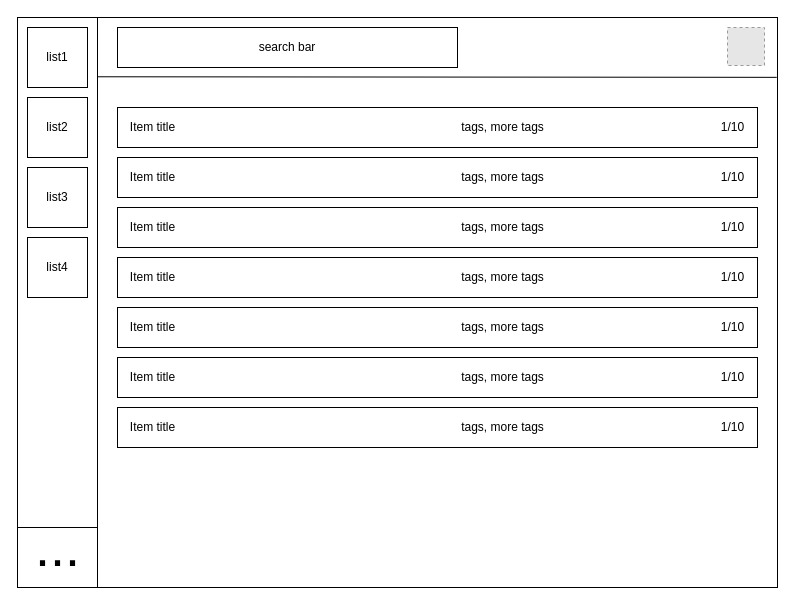
Above: project-styling.drawio in HoldenErnest/List (draw.io), before the change. Source tidied: cells renumbered, new cells numbered last; positions are measured from the earlier drawing's top-left corner, leaving out a move shared by most shapes. Both pictures are drawn from the tidied source at 100%, with x=0, y=0 at pixel (17, 17). Pictures stored in the file or linked from it are replaced by grey dashed boxes.
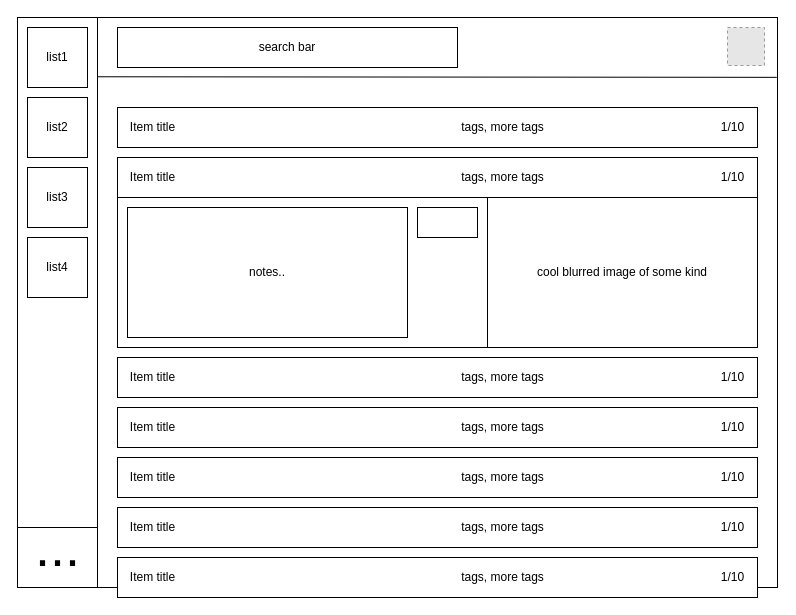
The same diagram, later.

Diff of the diagram source:
```diff
@@
     <mxCell id="20" style="group;" parent="1" vertex="1">
-      <mxGeometry x="100" y="190" width="640" height="40" as="geometry" />
+      <mxGeometry x="100" y="340" width="640" height="40" as="geometry" />
     </mxCell>
@@
     <mxCell id="25" style="group;" parent="1" vertex="1">
-      <mxGeometry x="100" y="240" width="640" height="40" as="geometry" />
+      <mxGeometry x="100" y="390" width="640" height="40" as="geometry" />
     </mxCell>
@@
     <mxCell id="30" style="group;" parent="1" vertex="1">
-      <mxGeometry x="100" y="290" width="640" height="40" as="geometry" />
+      <mxGeometry x="100" y="440" width="640" height="40" as="geometry" />
     </mxCell>
@@
     <mxCell id="35" style="group;" parent="1" vertex="1">
-      <mxGeometry x="100" y="340" width="640" height="40" as="geometry" />
+      <mxGeometry x="100" y="490" width="640" height="40" as="geometry" />
     </mxCell>
@@
     <mxCell id="40" style="group;" parent="1" vertex="1">
-      <mxGeometry x="100" y="390" width="640" height="40" as="geometry" />
+      <mxGeometry x="100" y="540" width="640" height="40" as="geometry" />
     </mxCell>
@@
+    <mxCell id="48" style="whiteSpace=wrap;html=1;" parent="1" vertex="1">
+      <mxGeometry x="100" y="180" width="640" height="150" as="geometry" />
+    </mxCell>
+    <mxCell id="49" value="notes.." style="whiteSpace=wrap;html=1;align=center;" parent="1" vertex="1">
+      <mxGeometry x="110" y="190" width="280" height="130" as="geometry" />
+    </mxCell>
+    <mxCell id="50" value="cool blurred image of some kind" style="whiteSpace=wrap;html=1;" parent="1" vertex="1">
+      <mxGeometry x="470" y="180" width="270" height="150" as="geometry" />
+    </mxCell>
+    <mxCell id="51" style="whiteSpace=wrap;html=1;" parent="1" vertex="1">
+      <mxGeometry x="400" y="190" width="60" height="30" as="geometry" />
+    </mxCell>
```
